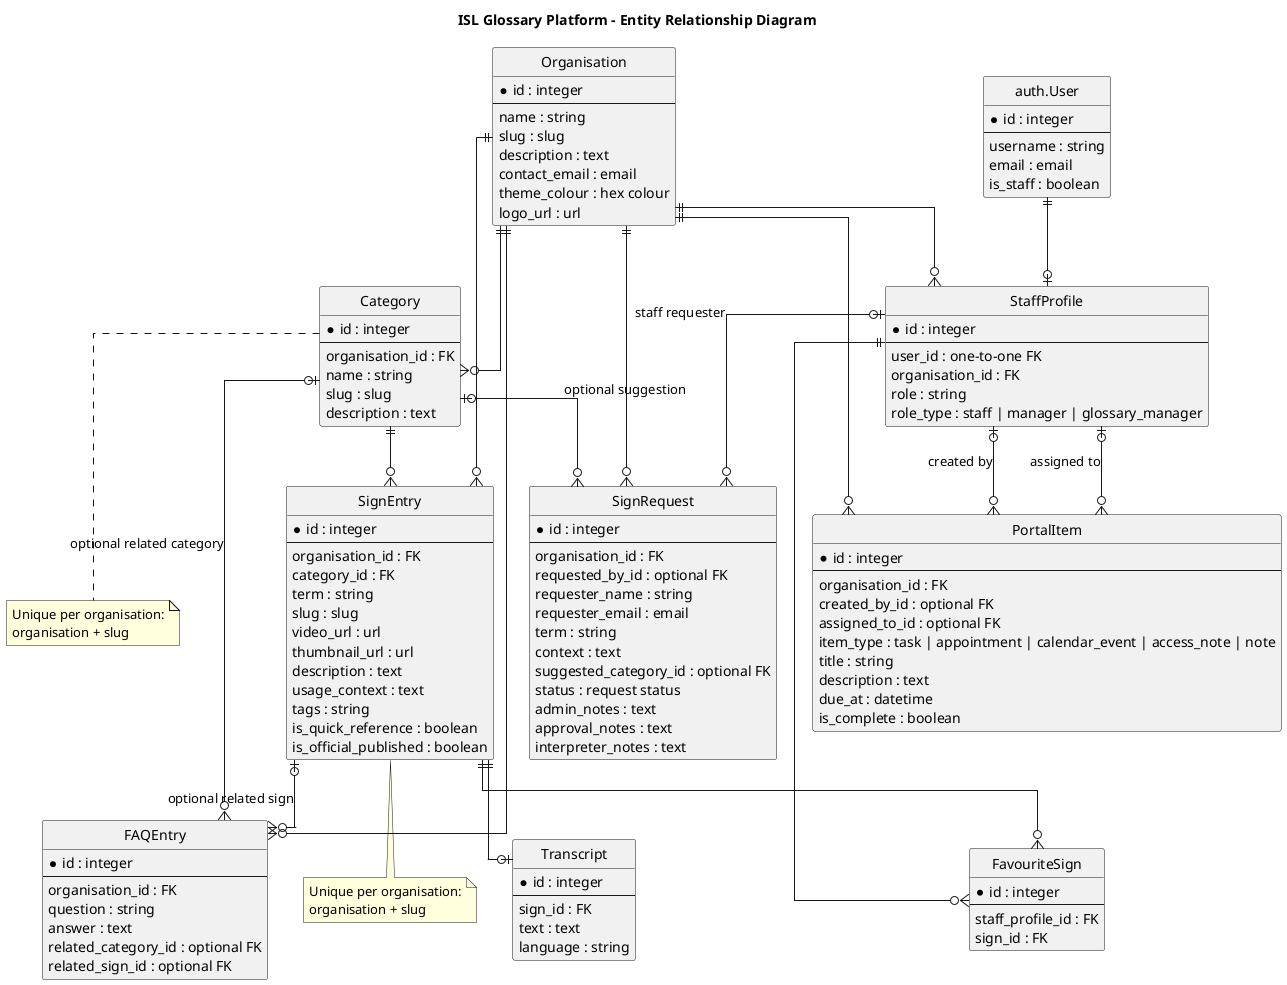
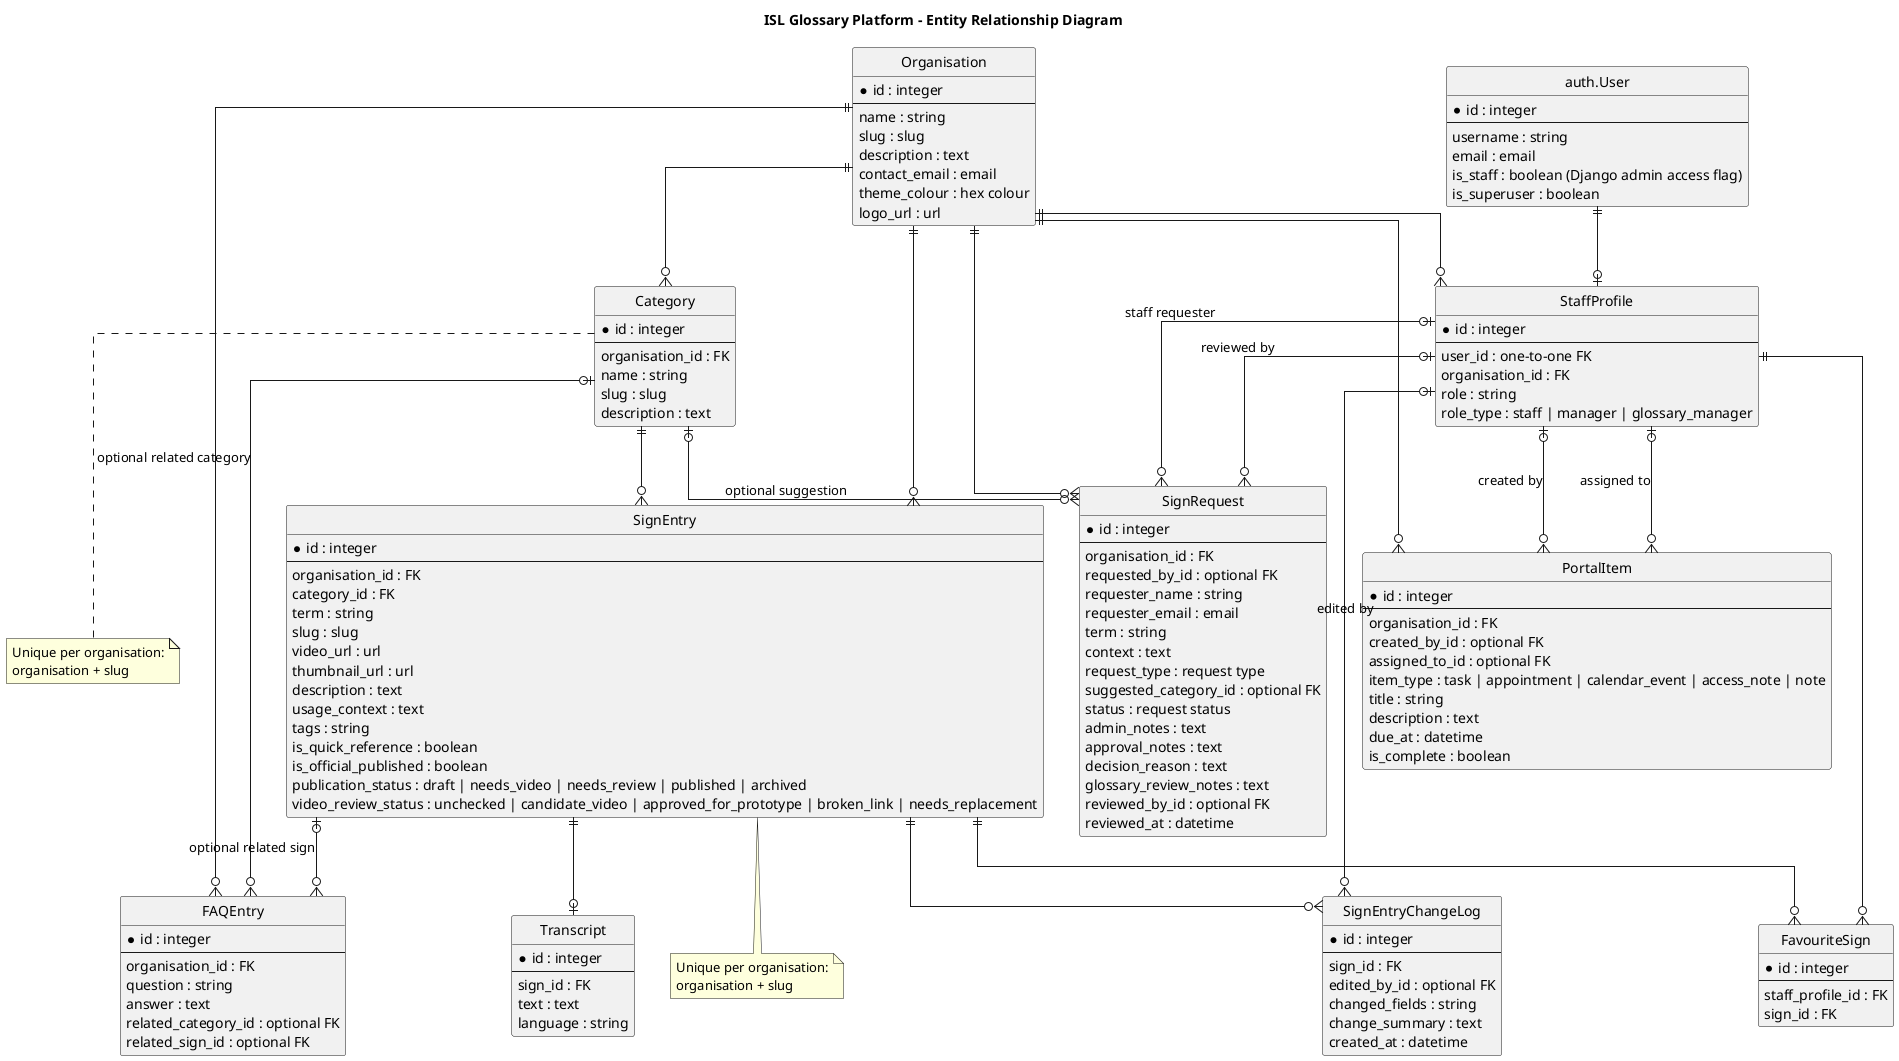
@startuml
title ISL Glossary Platform - Entity Relationship Diagram

hide circle
skinparam linetype ortho
skinparam shadowing false

entity "auth.User" as User {
  * id : integer
  --
  username : string
  email : email
-   is_staff : boolean
+   is_staff : boolean (Django admin access flag)
+   is_superuser : boolean
}

entity Organisation {
  * id : integer
  --
  name : string
  slug : slug
  description : text
  contact_email : email
  theme_colour : hex colour
  logo_url : url
}

entity Category {
  * id : integer
  --
  organisation_id : FK
  name : string
  slug : slug
  description : text
}

entity SignEntry {
  * id : integer
  --
  organisation_id : FK
  category_id : FK
  term : string
  slug : slug
  video_url : url
  thumbnail_url : url
  description : text
  usage_context : text
  tags : string
  is_quick_reference : boolean
  is_official_published : boolean
+   publication_status : draft | needs_video | needs_review | published | archived
+   video_review_status : unchecked | candidate_video | approved_for_prototype | broken_link | needs_replacement
+ }
+ 
+ entity SignEntryChangeLog {
+   * id : integer
+   --
+   sign_id : FK
+   edited_by_id : optional FK
+   changed_fields : string
+   change_summary : text
+   created_at : datetime
}

entity Transcript {
  * id : integer
  --
  sign_id : FK
  text : text
  language : string
}

entity FAQEntry {
  * id : integer
  --
  organisation_id : FK
  question : string
  answer : text
  related_category_id : optional FK
  related_sign_id : optional FK
}

entity StaffProfile {
  * id : integer
  --
  user_id : one-to-one FK
  organisation_id : FK
  role : string
  role_type : staff | manager | glossary_manager
}

entity FavouriteSign {
  * id : integer
  --
  staff_profile_id : FK
  sign_id : FK
}

entity SignRequest {
  * id : integer
  --
  organisation_id : FK
  requested_by_id : optional FK
  requester_name : string
  requester_email : email
  term : string
  context : text
+   request_type : request type
  suggested_category_id : optional FK
  status : request status
  admin_notes : text
  approval_notes : text
-   interpreter_notes : text
+   decision_reason : text
+   glossary_review_notes : text
+   reviewed_by_id : optional FK
+   reviewed_at : datetime
}

entity PortalItem {
  * id : integer
  --
  organisation_id : FK
  created_by_id : optional FK
  assigned_to_id : optional FK
  item_type : task | appointment | calendar_event | access_note | note
  title : string
  description : text
  due_at : datetime
  is_complete : boolean
}

Organisation ||--o{ Category
Organisation ||--o{ SignEntry
Organisation ||--o{ FAQEntry
Organisation ||--o{ StaffProfile
Organisation ||--o{ SignRequest
Organisation ||--o{ PortalItem

Category ||--o{ SignEntry
Category |o--o{ FAQEntry : optional related category
Category |o--o{ SignRequest : optional suggestion

SignEntry ||--o| Transcript
SignEntry ||--o{ FavouriteSign
SignEntry |o--o{ FAQEntry : optional related sign
+ SignEntry ||--o{ SignEntryChangeLog

User ||--o| StaffProfile
StaffProfile ||--o{ FavouriteSign
StaffProfile |o--o{ SignRequest : staff requester
+ StaffProfile |o--o{ SignRequest : reviewed by
StaffProfile |o--o{ PortalItem : created by
StaffProfile |o--o{ PortalItem : assigned to
+ StaffProfile |o--o{ SignEntryChangeLog : edited by

note bottom of SignEntry
Unique per organisation:
organisation + slug
end note

note bottom of Category
Unique per organisation:
organisation + slug
end note

@enduml
